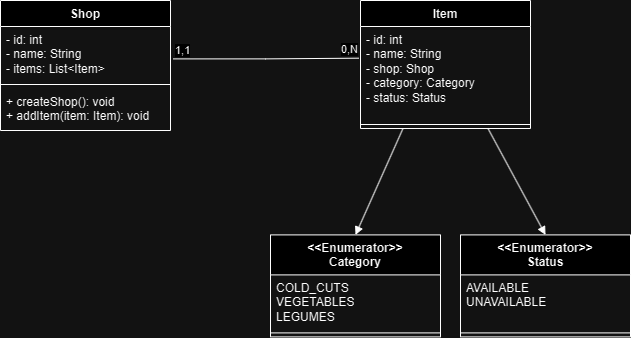
Before: UML.png, a diagram exported from draw.io (ArthurH04/ApsLPOO-3-Semester). Source tidied: cells renumbered, new cells last; positions are measured from the earlier drawing's top-left corner, leaving out a move shared by most shapes. The source it was exported from:
```xml
<mxGraphModel>
  <root>
    <mxCell id="0" />
    <mxCell id="1" parent="0" />
    <mxCell id="2" value="Shop" style="swimlane;fontStyle=1;align=center;verticalAlign=top;horizontal=1;startSize=26;whiteSpace=wrap;html=1;" parent="1" vertex="1">
      <mxGeometry width="170" height="130" as="geometry" />
    </mxCell>
    <mxCell id="3" value="- id: int&lt;div&gt;- name: String&lt;/div&gt;&lt;div&gt;- items: List&amp;lt;Item&amp;gt;&lt;/div&gt;&lt;div&gt;&lt;br&gt;&lt;/div&gt;" style="text;strokeColor=none;fillColor=none;align=left;verticalAlign=top;spacingLeft=4;spacingRight=4;overflow=hidden;points=[[0,0.5],[1,0.5]];portConstraint=eastwest;whiteSpace=wrap;html=1;" parent="2" vertex="1">
      <mxGeometry y="26" width="170" height="54" as="geometry" />
    </mxCell>
    <mxCell id="4" style="line;strokeWidth=1;fillColor=none;align=left;verticalAlign=middle;spacingTop=-1;spacingLeft=3;spacingRight=3;labelPosition=right;strokeColor=inherit;" parent="2" vertex="1">
      <mxGeometry y="80" width="170" height="8" as="geometry" />
    </mxCell>
    <mxCell id="5" value="&lt;div&gt;+ createShop(): void&lt;/div&gt;+ addItem(item: Item): void" style="text;strokeColor=none;fillColor=none;align=left;verticalAlign=top;spacingLeft=4;spacingRight=4;overflow=hidden;whiteSpace=wrap;html=1;" parent="2" vertex="1">
      <mxGeometry y="88" width="170" height="42" as="geometry" />
    </mxCell>
    <mxCell id="6" value="Item" style="swimlane;fontStyle=1;align=center;verticalAlign=top;horizontal=1;startSize=26;whiteSpace=wrap;html=1;" parent="1" vertex="1">
      <mxGeometry x="360" width="170" height="128" as="geometry" />
    </mxCell>
    <mxCell id="7" value="- id: int&lt;div&gt;- name: String&lt;/div&gt;&lt;div&gt;- shop: Shop&lt;/div&gt;&lt;div&gt;- category: Category&lt;/div&gt;&lt;div&gt;- status: Status&lt;/div&gt;" style="text;strokeColor=none;fillColor=none;align=left;verticalAlign=top;spacingLeft=4;spacingRight=4;overflow=hidden;points=[[0,0.5],[1,0.5]];portConstraint=eastwest;whiteSpace=wrap;html=1;" parent="6" vertex="1">
      <mxGeometry y="26" width="170" height="94" as="geometry" />
    </mxCell>
    <mxCell id="8" style="line;strokeWidth=1;fillColor=none;align=left;verticalAlign=middle;spacingTop=-1;spacingLeft=3;spacingRight=3;labelPosition=right;strokeColor=inherit;" parent="6" vertex="1">
      <mxGeometry y="120" width="170" height="8" as="geometry" />
    </mxCell>
    <mxCell id="9" style="endArrow=none;html=1;edgeStyle=orthogonalEdgeStyle;rounded=0;exitX=1.017;exitY=0.6;exitDx=0;exitDy=0;exitPerimeter=0;entryX=-0.01;entryY=0.337;entryDx=0;entryDy=0;entryPerimeter=0;" parent="1" edge="1" source="3" target="7">
      <mxGeometry relative="1" as="geometry" />
    </mxCell>
    <mxCell id="10" value="1,1" style="edgeLabel;html=1;align=left;verticalAlign=bottom;" parent="9" vertex="1">
      <mxGeometry x="-1" relative="1" as="geometry" />
    </mxCell>
    <mxCell id="11" value="0,N" style="edgeLabel;html=1;align=right;verticalAlign=bottom;" parent="9" vertex="1">
      <mxGeometry x="1" relative="1" as="geometry" />
    </mxCell>
    <mxCell id="12" value="&lt;div&gt;&amp;lt;&amp;lt;Enumerator&amp;gt;&amp;gt;&lt;/div&gt;Category" style="swimlane;fontStyle=1;align=center;verticalAlign=top;horizontal=1;startSize=40;whiteSpace=wrap;html=1;" parent="1" vertex="1">
      <mxGeometry x="270" y="234.4" width="170" height="102" as="geometry" />
    </mxCell>
    <mxCell id="13" value="COLD_CUTS&lt;div&gt;VEGETABLES&lt;/div&gt;&lt;div&gt;LEGUMES&lt;/div&gt;" style="text;strokeColor=none;fillColor=none;align=left;verticalAlign=top;spacingLeft=4;spacingRight=4;overflow=hidden;whiteSpace=wrap;html=1;" parent="12" vertex="1">
      <mxGeometry y="40" width="170" height="54" as="geometry" />
    </mxCell>
    <mxCell id="14" style="line;strokeWidth=1;fillColor=none;align=left;verticalAlign=middle;spacingTop=-1;spacingLeft=3;spacingRight=3;labelPosition=right;strokeColor=inherit;" parent="12" vertex="1">
      <mxGeometry y="94" width="170" height="8" as="geometry" />
    </mxCell>
    <mxCell id="15" value="&lt;div&gt;&amp;lt;&amp;lt;Enumerator&amp;gt;&amp;gt;&lt;/div&gt;&lt;div&gt;Status&lt;/div&gt;" style="swimlane;fontStyle=1;align=center;verticalAlign=top;horizontal=1;startSize=40;whiteSpace=wrap;html=1;" parent="1" vertex="1">
      <mxGeometry x="460" y="234.4" width="170" height="102" as="geometry" />
    </mxCell>
    <mxCell id="16" value="&lt;div&gt;AVAILABLE&lt;/div&gt;&lt;div&gt;UNAVAILABLE&lt;/div&gt;" style="text;strokeColor=none;fillColor=none;align=left;verticalAlign=top;spacingLeft=4;spacingRight=4;overflow=hidden;whiteSpace=wrap;html=1;" parent="15" vertex="1">
      <mxGeometry y="40" width="170" height="54" as="geometry" />
    </mxCell>
    <mxCell id="17" style="line;strokeWidth=1;fillColor=none;align=left;verticalAlign=middle;spacingTop=-1;spacingLeft=3;spacingRight=3;labelPosition=right;strokeColor=inherit;" parent="15" vertex="1">
      <mxGeometry y="94" width="170" height="8" as="geometry" />
    </mxCell>
    <mxCell id="18" style="html=1;verticalAlign=bottom;endArrow=block;curved=0;rounded=0;entryX=0.5;entryY=0;entryDx=0;entryDy=0;exitX=0.25;exitY=1;exitDx=0;exitDy=0;" parent="1" edge="1" source="6" target="12">
      <mxGeometry relative="1" as="geometry" />
    </mxCell>
    <mxCell id="19" style="html=1;verticalAlign=bottom;endArrow=block;curved=0;rounded=0;entryX=0.5;entryY=0;entryDx=0;entryDy=0;exitX=0.75;exitY=1;exitDx=0;exitDy=0;" parent="1" edge="1" source="6" target="15">
      <mxGeometry relative="1" as="geometry" />
    </mxCell>
  </root>
</mxGraphModel>
```
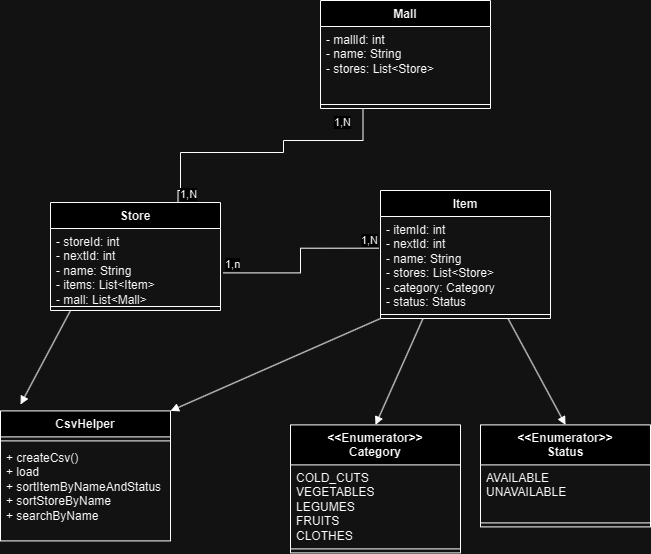
The same file after the commit.

Change to the diagram source:
```diff
@@ -2,22 +2,19 @@
   <root>
     <mxCell id="0" />
     <mxCell id="1" parent="0" />
-    <mxCell id="2" value="Shop" style="swimlane;fontStyle=1;align=center;verticalAlign=top;horizontal=1;startSize=26;whiteSpace=wrap;html=1;" parent="1" vertex="1">
-      <mxGeometry width="170" height="130" as="geometry" />
+    <mxCell id="2" value="Store" style="swimlane;fontStyle=1;align=center;verticalAlign=top;horizontal=1;startSize=26;whiteSpace=wrap;html=1;" parent="1" vertex="1">
+      <mxGeometry x="30" y="12" width="170" height="108" as="geometry" />
     </mxCell>
-    <mxCell id="3" value="- id: int&lt;div&gt;- name: String&lt;/div&gt;&lt;div&gt;- items: List&amp;lt;Item&amp;gt;&lt;/div&gt;&lt;div&gt;&lt;br&gt;&lt;/div&gt;" style="text;strokeColor=none;fillColor=none;align=left;verticalAlign=top;spacingLeft=4;spacingRight=4;overflow=hidden;points=[[0,0.5],[1,0.5]];portConstraint=eastwest;whiteSpace=wrap;html=1;" parent="2" vertex="1">
-      <mxGeometry y="26" width="170" height="54" as="geometry" />
+    <mxCell id="3" value="- storeId: int&lt;div&gt;- nextId: int&lt;br&gt;&lt;div&gt;- name: String&lt;/div&gt;&lt;div&gt;- items: List&amp;lt;Item&amp;gt;&lt;/div&gt;&lt;div&gt;- mall: List&amp;lt;Mall&amp;gt;&lt;/div&gt;&lt;div&gt;&lt;br&gt;&lt;/div&gt;&lt;/div&gt;" style="text;strokeColor=none;fillColor=none;align=left;verticalAlign=top;spacingLeft=4;spacingRight=4;overflow=hidden;points=[[0,0.5],[1,0.5]];portConstraint=eastwest;whiteSpace=wrap;html=1;" parent="2" vertex="1">
+      <mxGeometry y="26" width="170" height="74" as="geometry" />
     </mxCell>
     <mxCell id="4" style="line;strokeWidth=1;fillColor=none;align=left;verticalAlign=middle;spacingTop=-1;spacingLeft=3;spacingRight=3;labelPosition=right;strokeColor=inherit;" parent="2" vertex="1">
-      <mxGeometry y="80" width="170" height="8" as="geometry" />
+      <mxGeometry y="100" width="170" height="8" as="geometry" />
     </mxCell>
-    <mxCell id="5" value="&lt;div&gt;+ createShop(): void&lt;/div&gt;+ addItem(item: Item): void" style="text;strokeColor=none;fillColor=none;align=left;verticalAlign=top;spacingLeft=4;spacingRight=4;overflow=hidden;whiteSpace=wrap;html=1;" parent="2" vertex="1">
-      <mxGeometry y="88" width="170" height="42" as="geometry" />
-    </mxCell>
     <mxCell id="6" value="Item" style="swimlane;fontStyle=1;align=center;verticalAlign=top;horizontal=1;startSize=26;whiteSpace=wrap;html=1;" parent="1" vertex="1">
       <mxGeometry x="360" width="170" height="128" as="geometry" />
     </mxCell>
-    <mxCell id="7" value="- id: int&lt;div&gt;- name: String&lt;/div&gt;&lt;div&gt;- shop: Shop&lt;/div&gt;&lt;div&gt;- category: Category&lt;/div&gt;&lt;div&gt;- status: Status&lt;/div&gt;" style="text;strokeColor=none;fillColor=none;align=left;verticalAlign=top;spacingLeft=4;spacingRight=4;overflow=hidden;points=[[0,0.5],[1,0.5]];portConstraint=eastwest;whiteSpace=wrap;html=1;" parent="6" vertex="1">
+    <mxCell id="7" value="- itemId: int&lt;div&gt;- nextId: int&lt;br&gt;&lt;div&gt;- name: String&lt;/div&gt;&lt;div&gt;- stores: List&amp;lt;Store&amp;gt;&lt;/div&gt;&lt;div&gt;- category: Category&lt;/div&gt;&lt;div&gt;- status: Status&lt;/div&gt;&lt;/div&gt;" style="text;strokeColor=none;fillColor=none;align=left;verticalAlign=top;spacingLeft=4;spacingRight=4;overflow=hidden;points=[[0,0.5],[1,0.5]];portConstraint=eastwest;whiteSpace=wrap;html=1;" parent="6" vertex="1">
       <mxGeometry y="26" width="170" height="94" as="geometry" />
     </mxCell>
     <mxCell id="8" style="line;strokeWidth=1;fillColor=none;align=left;verticalAlign=middle;spacingTop=-1;spacingLeft=3;spacingRight=3;labelPosition=right;strokeColor=inherit;" parent="6" vertex="1">
@@ -26,20 +23,20 @@
     <mxCell id="9" style="endArrow=none;html=1;edgeStyle=orthogonalEdgeStyle;rounded=0;exitX=1.017;exitY=0.6;exitDx=0;exitDy=0;exitPerimeter=0;entryX=-0.01;entryY=0.337;entryDx=0;entryDy=0;entryPerimeter=0;" parent="1" edge="1" source="3" target="7">
       <mxGeometry relative="1" as="geometry" />
     </mxCell>
-    <mxCell id="10" value="1,1" style="edgeLabel;html=1;align=left;verticalAlign=bottom;" parent="9" vertex="1">
+    <mxCell id="10" value="1,n" style="edgeLabel;html=1;align=left;verticalAlign=bottom;" parent="9" vertex="1">
       <mxGeometry x="-1" relative="1" as="geometry" />
     </mxCell>
-    <mxCell id="11" value="0,N" style="edgeLabel;html=1;align=right;verticalAlign=bottom;" parent="9" vertex="1">
+    <mxCell id="11" value="1,N" style="edgeLabel;html=1;align=right;verticalAlign=bottom;" parent="9" vertex="1">
       <mxGeometry x="1" relative="1" as="geometry" />
     </mxCell>
     <mxCell id="12" value="&lt;div&gt;&amp;lt;&amp;lt;Enumerator&amp;gt;&amp;gt;&lt;/div&gt;Category" style="swimlane;fontStyle=1;align=center;verticalAlign=top;horizontal=1;startSize=40;whiteSpace=wrap;html=1;" parent="1" vertex="1">
-      <mxGeometry x="270" y="234.4" width="170" height="102" as="geometry" />
+      <mxGeometry x="270" y="234.4" width="170" height="128" as="geometry" />
     </mxCell>
-    <mxCell id="13" value="COLD_CUTS&lt;div&gt;VEGETABLES&lt;/div&gt;&lt;div&gt;LEGUMES&lt;/div&gt;" style="text;strokeColor=none;fillColor=none;align=left;verticalAlign=top;spacingLeft=4;spacingRight=4;overflow=hidden;whiteSpace=wrap;html=1;" parent="12" vertex="1">
-      <mxGeometry y="40" width="170" height="54" as="geometry" />
+    <mxCell id="13" value="COLD_CUTS&lt;div&gt;VEGETABLES&lt;/div&gt;&lt;div&gt;LEGUMES&lt;/div&gt;&lt;div&gt;FRUITS&lt;/div&gt;&lt;div&gt;CLOTHES&lt;/div&gt;" style="text;strokeColor=none;fillColor=none;align=left;verticalAlign=top;spacingLeft=4;spacingRight=4;overflow=hidden;whiteSpace=wrap;html=1;" parent="12" vertex="1">
+      <mxGeometry y="40" width="170" height="80" as="geometry" />
     </mxCell>
     <mxCell id="14" style="line;strokeWidth=1;fillColor=none;align=left;verticalAlign=middle;spacingTop=-1;spacingLeft=3;spacingRight=3;labelPosition=right;strokeColor=inherit;" parent="12" vertex="1">
-      <mxGeometry y="94" width="170" height="8" as="geometry" />
+      <mxGeometry y="120" width="170" height="8" as="geometry" />
     </mxCell>
     <mxCell id="15" value="&lt;div&gt;&amp;lt;&amp;lt;Enumerator&amp;gt;&amp;gt;&lt;/div&gt;&lt;div&gt;Status&lt;/div&gt;" style="swimlane;fontStyle=1;align=center;verticalAlign=top;horizontal=1;startSize=40;whiteSpace=wrap;html=1;" parent="1" vertex="1">
       <mxGeometry x="460" y="234.4" width="170" height="102" as="geometry" />
@@ -56,5 +53,50 @@
     <mxCell id="19" style="html=1;verticalAlign=bottom;endArrow=block;curved=0;rounded=0;entryX=0.5;entryY=0;entryDx=0;entryDy=0;exitX=0.75;exitY=1;exitDx=0;exitDy=0;" parent="1" edge="1" source="6" target="15">
       <mxGeometry relative="1" as="geometry" />
     </mxCell>
+    <mxCell id="20" value="Mall" style="swimlane;fontStyle=1;align=center;verticalAlign=top;horizontal=1;startSize=26;whiteSpace=wrap;html=1;" parent="1" vertex="1">
+      <mxGeometry x="300" y="-190" width="170" height="108" as="geometry" />
+    </mxCell>
+    <mxCell id="21" value="- mallId: int&lt;div&gt;&lt;div&gt;- name: String&lt;/div&gt;&lt;div&gt;- stores: List&amp;lt;Store&amp;gt;&lt;/div&gt;&lt;div&gt;&lt;br&gt;&lt;/div&gt;&lt;/div&gt;" style="text;strokeColor=none;fillColor=none;align=left;verticalAlign=top;spacingLeft=4;spacingRight=4;overflow=hidden;whiteSpace=wrap;html=1;" parent="20" vertex="1">
+      <mxGeometry y="26" width="170" height="74" as="geometry" />
+    </mxCell>
+    <mxCell id="22" style="line;strokeWidth=1;fillColor=none;align=left;verticalAlign=middle;spacingTop=-1;spacingLeft=3;spacingRight=3;labelPosition=right;strokeColor=inherit;" parent="20" vertex="1">
+      <mxGeometry y="100" width="170" height="8" as="geometry" />
+    </mxCell>
+    <mxCell id="23" style="endArrow=none;html=1;edgeStyle=orthogonalEdgeStyle;rounded=0;exitX=0.75;exitY=0;exitDx=0;exitDy=0;entryX=0.25;entryY=1;entryDx=0;entryDy=0;" parent="1" edge="1" source="2" target="20">
+      <mxGeometry relative="1" as="geometry">
+        <Array as="points">
+          <mxPoint x="160" />
+          <mxPoint x="160" y="-38" />
+          <mxPoint x="263" y="-38" />
+          <mxPoint x="263" y="-50" />
+        </Array>
+      </mxGeometry>
+    </mxCell>
+    <mxCell id="24" value="1,N" style="edgeLabel;html=1;align=left;verticalAlign=bottom;" parent="23" vertex="1">
+      <mxGeometry x="-1" relative="1" as="geometry" />
+    </mxCell>
+    <mxCell id="25" value="1,N" style="edgeLabel;html=1;align=right;verticalAlign=bottom;" parent="23" vertex="1">
+      <mxGeometry x="1" relative="1" as="geometry">
+        <mxPoint x="-12" y="22" as="offset" />
+      </mxGeometry>
+    </mxCell>
+    <mxCell id="26" value="CsvHelper" style="swimlane;fontStyle=1;align=center;verticalAlign=top;horizontal=1;startSize=26;whiteSpace=wrap;html=1;" parent="1" vertex="1">
+      <mxGeometry x="-20" y="220.4" width="170" height="130" as="geometry" />
+    </mxCell>
+    <mxCell id="27" style="line;strokeWidth=1;fillColor=none;align=left;verticalAlign=middle;spacingTop=-1;spacingLeft=3;spacingRight=3;labelPosition=right;strokeColor=inherit;" parent="26" vertex="1">
+      <mxGeometry y="26" width="170" height="8" as="geometry" />
+    </mxCell>
+    <mxCell id="28" value="+ createCsv()&lt;div&gt;+ load&lt;/div&gt;&lt;div&gt;+ sortItemByNameAndStatus&lt;/div&gt;&lt;div&gt;+ sortStoreByName&lt;/div&gt;&lt;div&gt;+ searchByName&lt;/div&gt;" style="text;strokeColor=none;fillColor=none;align=left;verticalAlign=top;spacingLeft=4;spacingRight=4;overflow=hidden;whiteSpace=wrap;html=1;" parent="26" vertex="1">
+      <mxGeometry y="34" width="170" height="96" as="geometry" />
+    </mxCell>
+    <mxCell id="29" style="html=1;verticalAlign=bottom;endArrow=block;curved=0;rounded=0;entryX=0.5;entryY=0;entryDx=0;entryDy=0;" parent="1" edge="1">
+      <mxGeometry relative="1" as="geometry">
+        <mxPoint x="50" y="120" as="sourcePoint" />
+        <mxPoint y="214" as="targetPoint" />
+      </mxGeometry>
+    </mxCell>
+    <mxCell id="30" style="html=1;verticalAlign=bottom;endArrow=block;curved=0;rounded=0;entryX=1;entryY=0;entryDx=0;entryDy=0;exitX=0;exitY=1;exitDx=0;exitDy=0;" parent="1" edge="1" source="6" target="26">
+      <mxGeometry relative="1" as="geometry" />
+    </mxCell>
   </root>
 </mxGraphModel>
```
